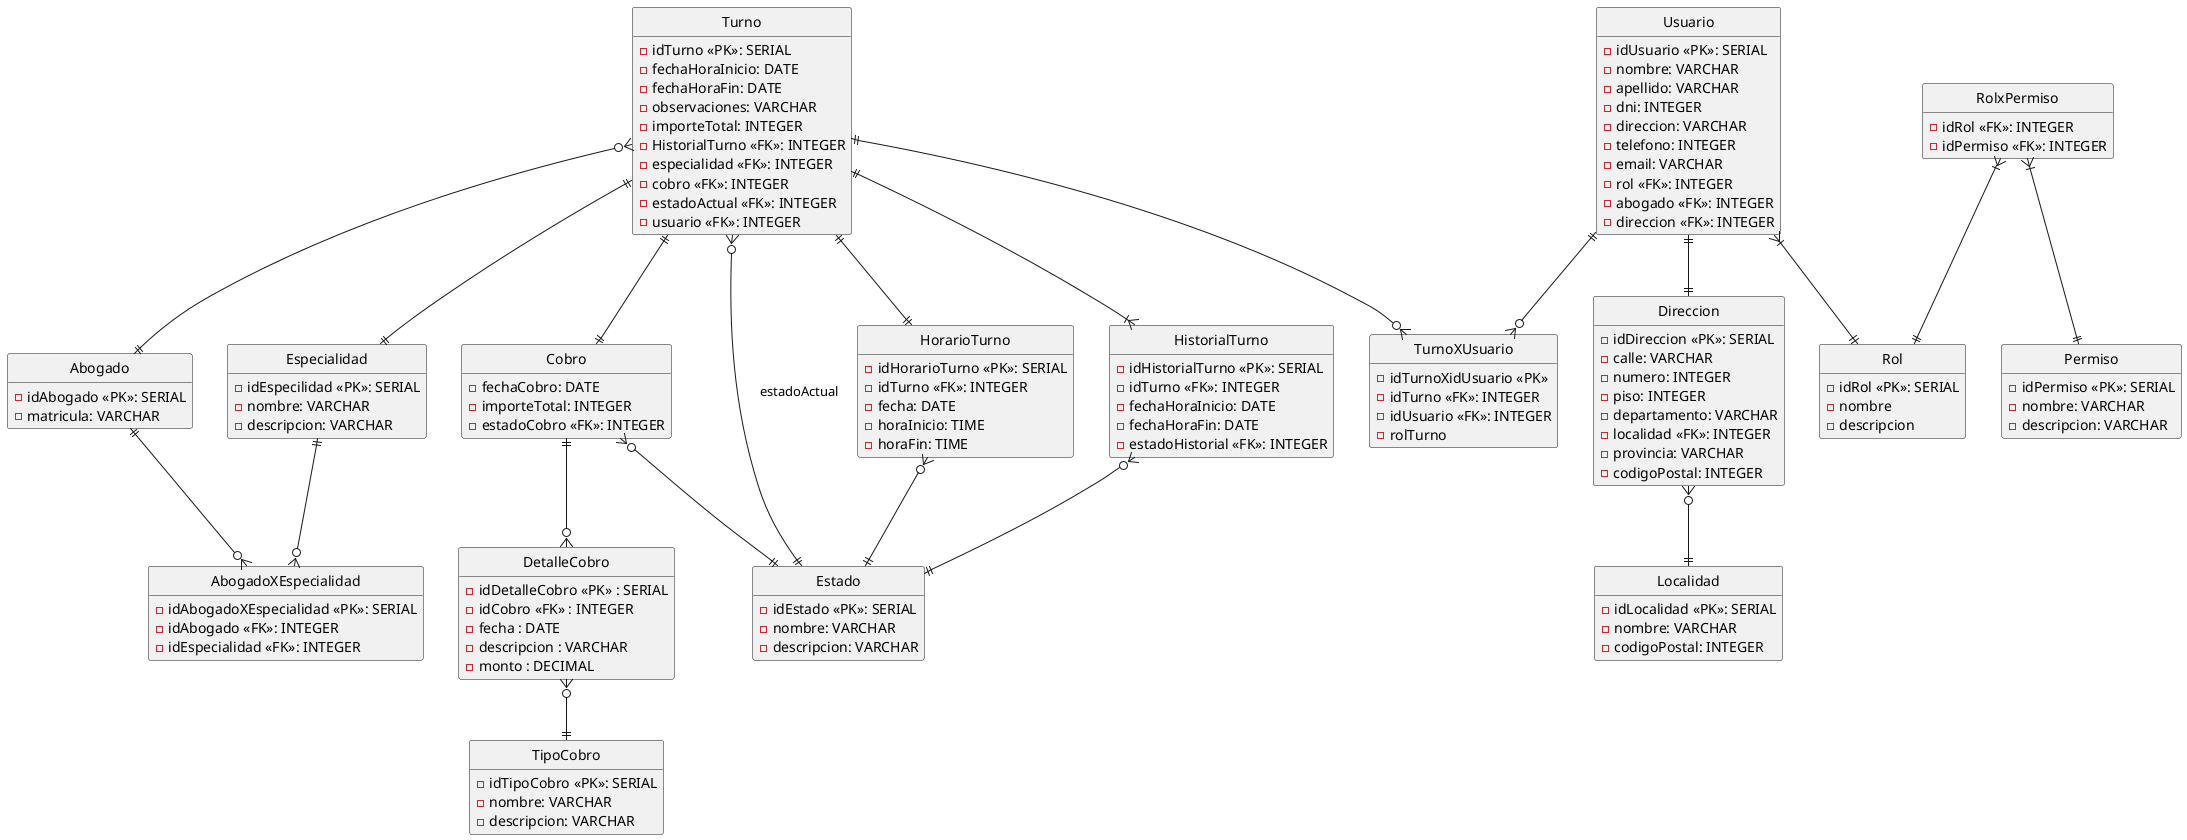
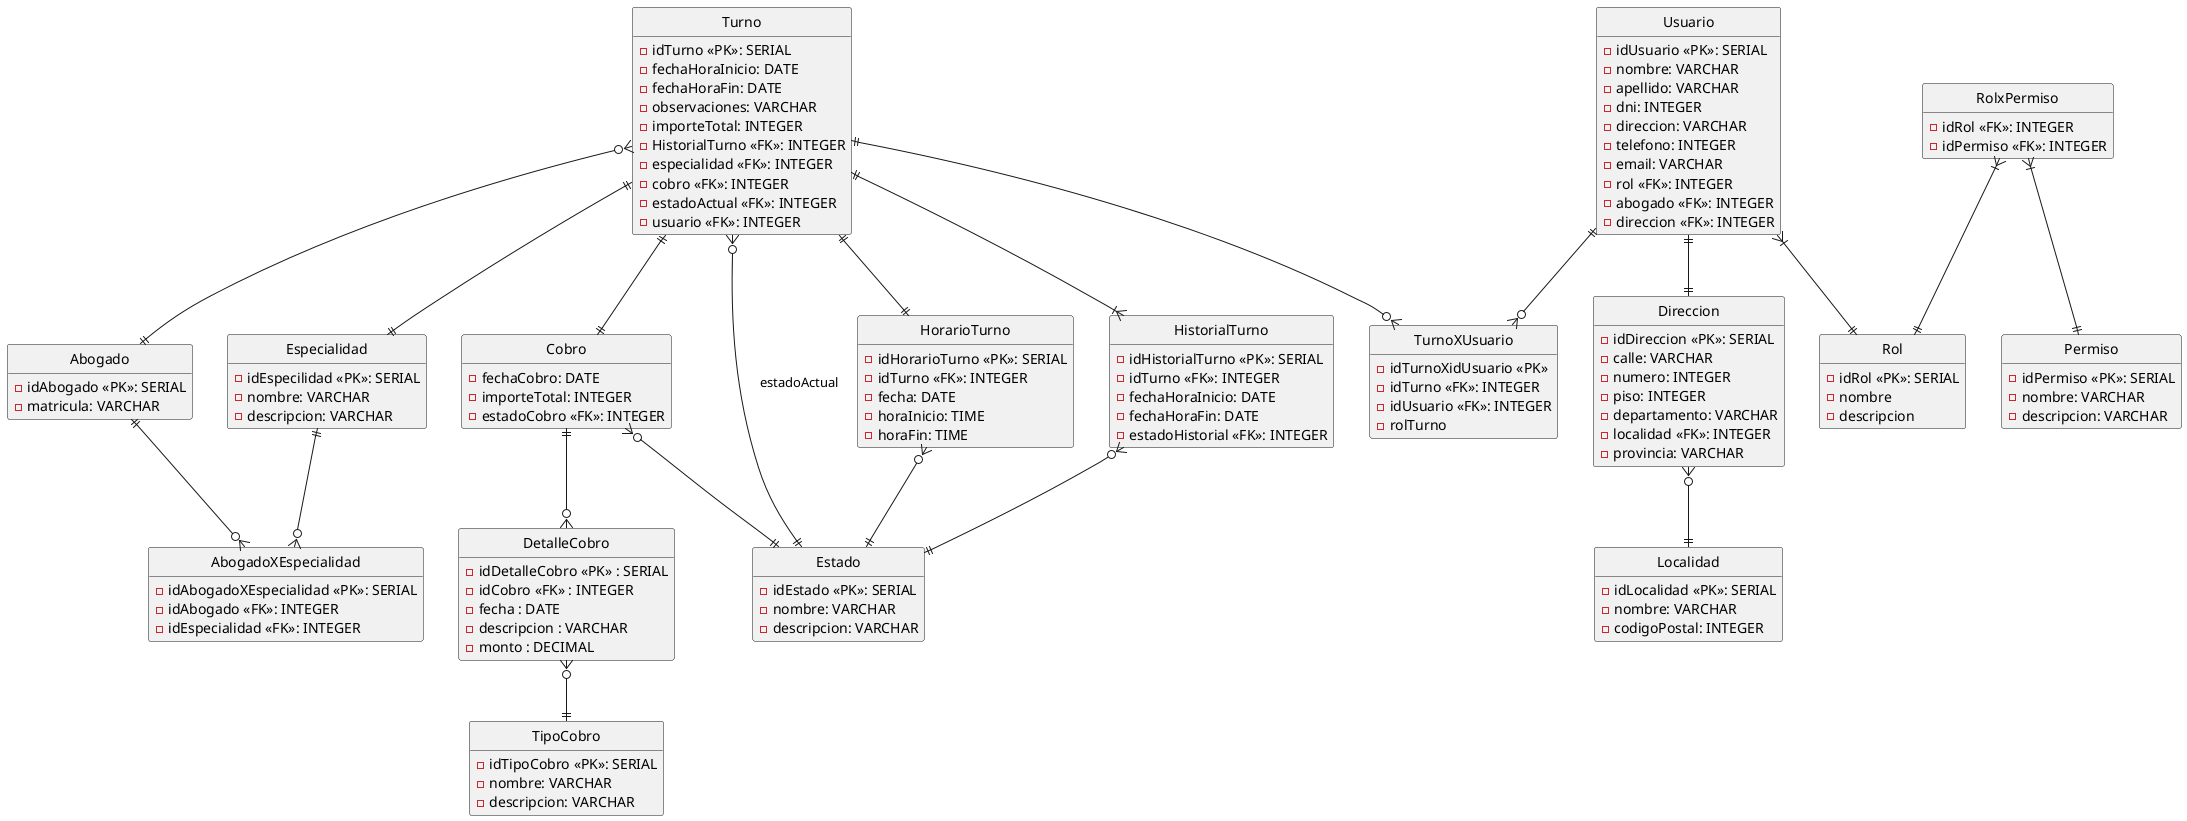
@startuml derMedinaYAsociados
hide circle
hide empty method

entity Turno {
    -idTurno <<PK>>: SERIAL
    -fechaHoraInicio: DATE
    -fechaHoraFin: DATE
    -observaciones: VARCHAR
    -importeTotal: INTEGER
    -HistorialTurno <<FK>>: INTEGER
    -especialidad <<FK>>: INTEGER
    -cobro <<FK>>: INTEGER
    -estadoActual <<FK>>: INTEGER
    -usuario <<FK>>: INTEGER
}

entity Abogado {
    -idAbogado <<PK>>: SERIAL
    -matricula: VARCHAR
}


entity Cobro {
    -fechaCobro: DATE
    -importeTotal: INTEGER
    -estadoCobro <<FK>>: INTEGER
}

entity Especialidad {
    -idEspecilidad <<PK>>: SERIAL
    -nombre: VARCHAR
    -descripcion: VARCHAR
}

entity TipoCobro {
    -idTipoCobro <<PK>>: SERIAL
    -nombre: VARCHAR
    -descripcion: VARCHAR
}

entity Estado {
    -idEstado <<PK>>: SERIAL
    -nombre: VARCHAR
    -descripcion: VARCHAR
}

entity DetalleCobro {
    - idDetalleCobro <<PK>> : SERIAL
    - idCobro <<FK>> : INTEGER
    - fecha : DATE
    - descripcion : VARCHAR
    - monto : DECIMAL
}

entity Direccion {
    -idDireccion <<PK>>: SERIAL
    -calle: VARCHAR
    -numero: INTEGER
    -piso: INTEGER
    -departamento: VARCHAR
    -localidad <<FK>>: INTEGER
    -provincia: VARCHAR
-     -codigoPostal: INTEGER
}

entity Localidad {
    -idLocalidad <<PK>>: SERIAL
    -nombre: VARCHAR
    -codigoPostal: INTEGER
}

entity HorarioTurno {
    -idHorarioTurno <<PK>>: SERIAL
    -idTurno <<FK>>: INTEGER
    -fecha: DATE
    -horaInicio: TIME
    -horaFin: TIME
}

entity HistorialTurno {
    -idHistorialTurno <<PK>>: SERIAL
    -idTurno <<FK>>: INTEGER
    -fechaHoraInicio: DATE
    -fechaHoraFin: DATE
    -estadoHistorial <<FK>>: INTEGER
}

entity AbogadoXEspecialidad{
    -idAbogadoXEspecialidad <<PK>>: SERIAL
    -idAbogado <<FK>>: INTEGER
    -idEspecialidad <<FK>>: INTEGER
}

entity Usuario{
    -idUsuario <<PK>>: SERIAL
    -nombre: VARCHAR
    -apellido: VARCHAR
    -dni: INTEGER
    -direccion: VARCHAR
    -telefono: INTEGER
    -email: VARCHAR
    -rol <<FK>>: INTEGER
    -abogado <<FK>>: INTEGER
    -direccion <<FK>>: INTEGER
}

entity Rol {
    -idRol <<PK>>: SERIAL
    -nombre
    -descripcion
}

entity Permiso{
    -idPermiso <<PK>>: SERIAL
    -nombre: VARCHAR
    -descripcion: VARCHAR
}

entity TurnoXUsuario{
    -idTurnoXidUsuario <<PK>>
    -idTurno <<FK>>: INTEGER
    -idUsuario <<FK>>: INTEGER
    -rolTurno
}

entity RolxPermiso{
    -idRol <<FK>>: INTEGER
    -idPermiso <<FK>>: INTEGER
}

Turno ||--|| Cobro
Turno }o--|| Estado : "estadoActual"
Turno ||--|{ HistorialTurno
Turno ||--|| Especialidad
Turno ||--|| HorarioTurno
Turno }o--|| Abogado

Cobro ||--o{ DetalleCobro
Cobro }o--|| Estado

DetalleCobro }o--|| TipoCobro

HistorialTurno }o--||Estado

HorarioTurno }o--||Estado

AbogadoXEspecialidad }o-up-|| Especialidad
AbogadoXEspecialidad }o-up-|| Abogado

Direccion }o--|| Localidad

Turno ||--o{ TurnoXUsuario
Usuario ||--o{ TurnoXUsuario

Usuario ||--|| Direccion

Usuario }|--|| Rol
RolxPermiso }|--|| Permiso
RolxPermiso }|--|| Rol
@enduml